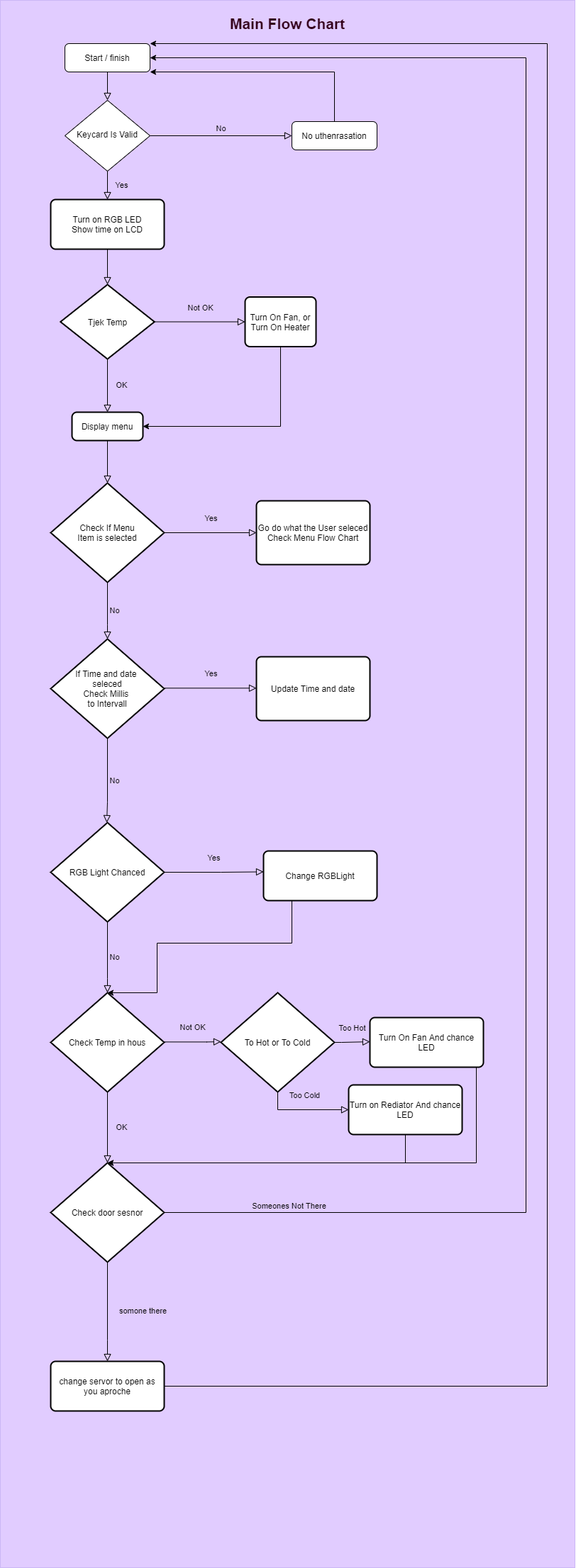
peterhym21/DetIntelligenteHus keeps this draw.io diagram as Det_intilligente_Hus.png. Above is the earlier version. Source tidied: cells renumbered, new cells last; positions are measured from the earlier drawing's top-left corner, leaving out a move shared by most shapes.
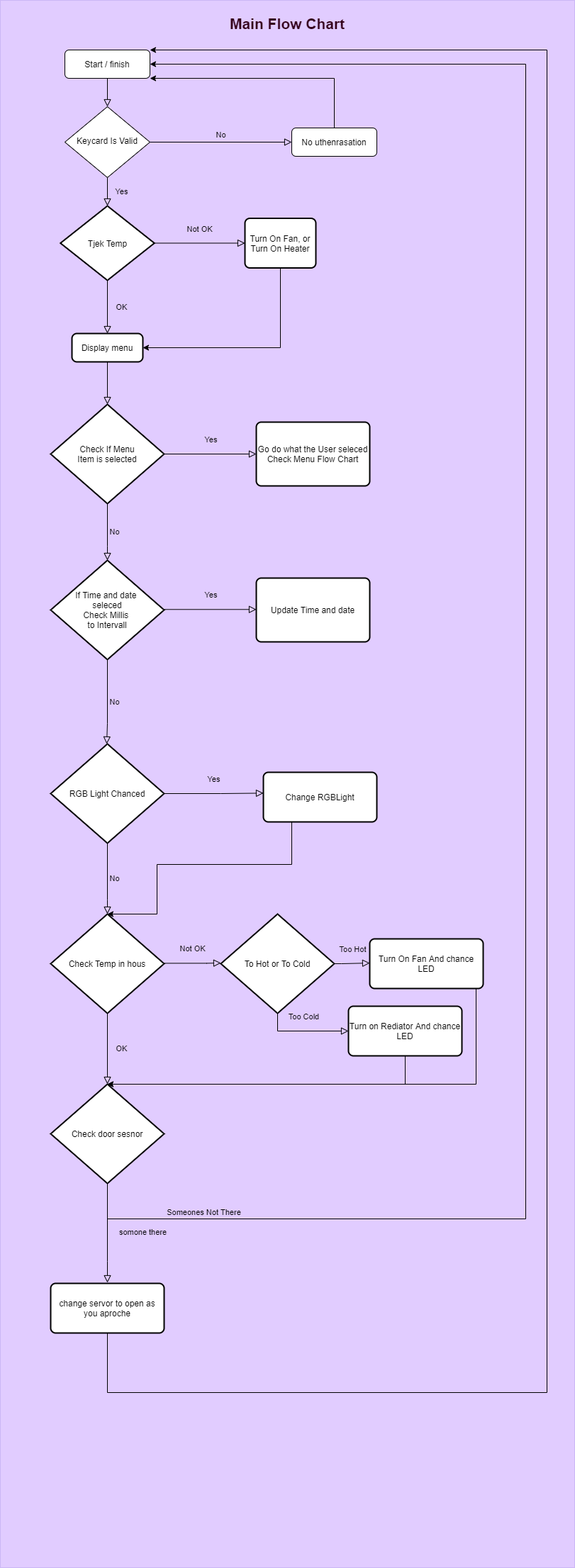
Above is the later version.

Change to the diagram source:
```diff
@@ -3,39 +3,35 @@
     <mxCell id="0" />
     <mxCell id="1" parent="0" />
     <mxCell id="2" value="&lt;h1&gt;&lt;font style=&quot;font-size: 21px&quot; color=&quot;#33001a&quot;&gt;Main Flow Chart&lt;/font&gt;&lt;/h1&gt;&lt;div&gt;&lt;font style=&quot;font-size: 21px&quot; color=&quot;#33001a&quot;&gt;&lt;br&gt;&lt;/font&gt;&lt;/div&gt;&lt;div&gt;&lt;font style=&quot;font-size: 21px&quot; color=&quot;#33001a&quot;&gt;&lt;br&gt;&lt;/font&gt;&lt;/div&gt;&lt;div&gt;&lt;font style=&quot;font-size: 21px&quot; color=&quot;#33001a&quot;&gt;&lt;br&gt;&lt;/font&gt;&lt;/div&gt;&lt;div&gt;&lt;font style=&quot;font-size: 21px&quot; color=&quot;#33001a&quot;&gt;&lt;br&gt;&lt;/font&gt;&lt;/div&gt;&lt;div&gt;&lt;font style=&quot;font-size: 21px&quot; color=&quot;#33001a&quot;&gt;&lt;br&gt;&lt;/font&gt;&lt;/div&gt;&lt;div&gt;&lt;font style=&quot;font-size: 21px&quot; color=&quot;#33001a&quot;&gt;&lt;br&gt;&lt;/font&gt;&lt;/div&gt;&lt;div&gt;&lt;font style=&quot;font-size: 21px&quot; color=&quot;#33001a&quot;&gt;&lt;br&gt;&lt;/font&gt;&lt;/div&gt;&lt;div&gt;&lt;font style=&quot;font-size: 21px&quot; color=&quot;#33001a&quot;&gt;&lt;br&gt;&lt;/font&gt;&lt;/div&gt;&lt;div&gt;&lt;font style=&quot;font-size: 21px&quot; color=&quot;#33001a&quot;&gt;&lt;br&gt;&lt;/font&gt;&lt;/div&gt;&lt;div&gt;&lt;font style=&quot;font-size: 21px&quot; color=&quot;#33001a&quot;&gt;&lt;br&gt;&lt;/font&gt;&lt;/div&gt;&lt;div&gt;&lt;font style=&quot;font-size: 21px&quot; color=&quot;#33001a&quot;&gt;&lt;br&gt;&lt;/font&gt;&lt;/div&gt;&lt;div&gt;&lt;font style=&quot;font-size: 21px&quot; color=&quot;#33001a&quot;&gt;&lt;br&gt;&lt;/font&gt;&lt;/div&gt;&lt;div&gt;&lt;font style=&quot;font-size: 21px&quot; color=&quot;#33001a&quot;&gt;&lt;br&gt;&lt;/font&gt;&lt;/div&gt;&lt;div&gt;&lt;font style=&quot;font-size: 21px&quot; color=&quot;#33001a&quot;&gt;&lt;br&gt;&lt;/font&gt;&lt;/div&gt;&lt;div&gt;&lt;font style=&quot;font-size: 21px&quot; color=&quot;#33001a&quot;&gt;&lt;br&gt;&lt;/font&gt;&lt;/div&gt;&lt;div&gt;&lt;font style=&quot;font-size: 21px&quot; color=&quot;#33001a&quot;&gt;&lt;br&gt;&lt;/font&gt;&lt;/div&gt;&lt;div&gt;&lt;font style=&quot;font-size: 21px&quot; color=&quot;#33001a&quot;&gt;&lt;br&gt;&lt;/font&gt;&lt;/div&gt;&lt;div&gt;&lt;font style=&quot;font-size: 21px&quot; color=&quot;#33001a&quot;&gt;&lt;br&gt;&lt;/font&gt;&lt;/div&gt;&lt;div&gt;&lt;font style=&quot;font-size: 21px&quot; color=&quot;#33001a&quot;&gt;&lt;br&gt;&lt;/font&gt;&lt;/div&gt;&lt;div&gt;&lt;font style=&quot;font-size: 21px&quot; color=&quot;#33001a&quot;&gt;&lt;br&gt;&lt;/font&gt;&lt;/div&gt;&lt;div&gt;&lt;font style=&quot;font-size: 21px&quot; color=&quot;#33001a&quot;&gt;&lt;br&gt;&lt;/font&gt;&lt;/div&gt;&lt;div&gt;&lt;font style=&quot;font-size: 21px&quot; color=&quot;#33001a&quot;&gt;&lt;br&gt;&lt;/font&gt;&lt;/div&gt;&lt;div&gt;&lt;font style=&quot;font-size: 21px&quot; color=&quot;#33001a&quot;&gt;&lt;br&gt;&lt;/font&gt;&lt;/div&gt;&lt;div&gt;&lt;font style=&quot;font-size: 21px&quot; color=&quot;#33001a&quot;&gt;&lt;br&gt;&lt;/font&gt;&lt;/div&gt;&lt;div&gt;&lt;font style=&quot;font-size: 21px&quot; color=&quot;#33001a&quot;&gt;&lt;br&gt;&lt;/font&gt;&lt;/div&gt;&lt;div&gt;&lt;font style=&quot;font-size: 21px&quot; color=&quot;#33001a&quot;&gt;&lt;br&gt;&lt;/font&gt;&lt;/div&gt;&lt;div&gt;&lt;font style=&quot;font-size: 21px&quot; color=&quot;#33001a&quot;&gt;&lt;br&gt;&lt;/font&gt;&lt;/div&gt;&lt;div&gt;&lt;font style=&quot;font-size: 21px&quot; color=&quot;#33001a&quot;&gt;&lt;br&gt;&lt;/font&gt;&lt;/div&gt;&lt;div&gt;&lt;font style=&quot;font-size: 21px&quot; color=&quot;#33001a&quot;&gt;&lt;br&gt;&lt;/font&gt;&lt;/div&gt;&lt;div&gt;&lt;font style=&quot;font-size: 21px&quot; color=&quot;#33001a&quot;&gt;&lt;br&gt;&lt;/font&gt;&lt;/div&gt;&lt;div&gt;&lt;font style=&quot;font-size: 21px&quot; color=&quot;#33001a&quot;&gt;&lt;br&gt;&lt;/font&gt;&lt;/div&gt;&lt;div&gt;&lt;font style=&quot;font-size: 21px&quot; color=&quot;#33001a&quot;&gt;&lt;br&gt;&lt;/font&gt;&lt;/div&gt;&lt;div&gt;&lt;font style=&quot;font-size: 21px&quot; color=&quot;#33001a&quot;&gt;&lt;br&gt;&lt;/font&gt;&lt;/div&gt;&lt;div&gt;&lt;font style=&quot;font-size: 21px&quot; color=&quot;#33001a&quot;&gt;&lt;br&gt;&lt;/font&gt;&lt;/div&gt;&lt;div&gt;&lt;font style=&quot;font-size: 21px&quot; color=&quot;#33001a&quot;&gt;&lt;br&gt;&lt;/font&gt;&lt;/div&gt;&lt;div&gt;&lt;font style=&quot;font-size: 21px&quot; color=&quot;#33001a&quot;&gt;&lt;br&gt;&lt;/font&gt;&lt;/div&gt;&lt;div&gt;&lt;font style=&quot;font-size: 21px&quot; color=&quot;#33001a&quot;&gt;&lt;br&gt;&lt;/font&gt;&lt;/div&gt;&lt;div&gt;&lt;font style=&quot;font-size: 21px&quot; color=&quot;#33001a&quot;&gt;&lt;br&gt;&lt;/font&gt;&lt;/div&gt;&lt;div&gt;&lt;font style=&quot;font-size: 21px&quot; color=&quot;#33001a&quot;&gt;&lt;br&gt;&lt;/font&gt;&lt;/div&gt;&lt;div&gt;&lt;font style=&quot;font-size: 21px&quot; color=&quot;#33001a&quot;&gt;&lt;br&gt;&lt;/font&gt;&lt;/div&gt;&lt;div&gt;&lt;br&gt;&lt;/div&gt;&lt;div&gt;&lt;br&gt;&lt;/div&gt;&lt;div&gt;&lt;br&gt;&lt;/div&gt;&lt;div&gt;&lt;br&gt;&lt;/div&gt;&lt;div&gt;&lt;br&gt;&lt;/div&gt;&lt;div&gt;&lt;br&gt;&lt;/div&gt;&lt;div&gt;&lt;br&gt;&lt;/div&gt;&lt;div&gt;&lt;br&gt;&lt;/div&gt;&lt;div&gt;&lt;br&gt;&lt;/div&gt;&lt;div&gt;&lt;br&gt;&lt;/div&gt;&lt;div&gt;&lt;br&gt;&lt;/div&gt;&lt;div&gt;&lt;br&gt;&lt;/div&gt;&lt;div&gt;&lt;br&gt;&lt;/div&gt;&lt;div&gt;&lt;br&gt;&lt;/div&gt;&lt;div&gt;&lt;br&gt;&lt;/div&gt;&lt;div&gt;&lt;br&gt;&lt;/div&gt;&lt;div&gt;&lt;br&gt;&lt;/div&gt;&lt;div&gt;&lt;br&gt;&lt;/div&gt;&lt;div&gt;&lt;br&gt;&lt;/div&gt;&lt;div&gt;&lt;br&gt;&lt;/div&gt;&lt;div&gt;&lt;br&gt;&lt;/div&gt;&lt;div&gt;&lt;br&gt;&lt;/div&gt;&lt;div&gt;&lt;br&gt;&lt;/div&gt;&lt;div&gt;&lt;br&gt;&lt;/div&gt;&lt;div&gt;&lt;br&gt;&lt;/div&gt;&lt;div&gt;&lt;br&gt;&lt;/div&gt;&lt;div&gt;&lt;br&gt;&lt;/div&gt;&lt;div&gt;&lt;br&gt;&lt;/div&gt;&lt;div&gt;&lt;br&gt;&lt;/div&gt;&lt;div&gt;&lt;br&gt;&lt;/div&gt;&lt;div&gt;&lt;br&gt;&lt;/div&gt;&lt;div&gt;&lt;br&gt;&lt;/div&gt;&lt;div&gt;&lt;br&gt;&lt;/div&gt;&lt;div&gt;&lt;br&gt;&lt;/div&gt;&lt;div&gt;&lt;br&gt;&lt;/div&gt;&lt;div&gt;&lt;br&gt;&lt;/div&gt;&lt;div&gt;&lt;br&gt;&lt;/div&gt;&lt;div&gt;&lt;br&gt;&lt;/div&gt;&lt;div&gt;&lt;br&gt;&lt;/div&gt;&lt;div&gt;&lt;br&gt;&lt;/div&gt;&lt;div&gt;&lt;br&gt;&lt;/div&gt;&lt;div&gt;&lt;br&gt;&lt;/div&gt;&lt;div&gt;&lt;br&gt;&lt;/div&gt;&lt;div&gt;&lt;br&gt;&lt;/div&gt;&lt;div&gt;&lt;br&gt;&lt;/div&gt;&lt;div&gt;&lt;br&gt;&lt;/div&gt;&lt;div&gt;&lt;br&gt;&lt;/div&gt;&lt;div&gt;&lt;br&gt;&lt;/div&gt;&lt;div&gt;&lt;br&gt;&lt;/div&gt;&lt;div&gt;&lt;br&gt;&lt;/div&gt;&lt;div&gt;&lt;br&gt;&lt;/div&gt;&lt;div&gt;&lt;br&gt;&lt;/div&gt;&lt;div&gt;&lt;br&gt;&lt;/div&gt;&lt;div&gt;&lt;br&gt;&lt;/div&gt;&lt;div&gt;&lt;br&gt;&lt;/div&gt;&lt;div&gt;&lt;br&gt;&lt;/div&gt;&lt;div&gt;&lt;br&gt;&lt;/div&gt;&lt;div&gt;&lt;br&gt;&lt;/div&gt;&lt;div&gt;&lt;br&gt;&lt;/div&gt;&lt;div&gt;&lt;br&gt;&lt;/div&gt;&lt;div&gt;&lt;br&gt;&lt;/div&gt;&lt;div&gt;&lt;br&gt;&lt;/div&gt;&lt;div&gt;&lt;br&gt;&lt;/div&gt;&lt;div&gt;&lt;br&gt;&lt;/div&gt;&lt;div&gt;&lt;br&gt;&lt;/div&gt;&lt;div&gt;&lt;br&gt;&lt;/div&gt;&lt;div&gt;&lt;br&gt;&lt;/div&gt;&lt;div&gt;&lt;br&gt;&lt;/div&gt;&lt;div&gt;&lt;br&gt;&lt;/div&gt;&lt;div&gt;&lt;br&gt;&lt;/div&gt;&lt;div&gt;&lt;br&gt;&lt;/div&gt;&lt;div&gt;&lt;br&gt;&lt;/div&gt;&lt;div&gt;&lt;br&gt;&lt;/div&gt;&lt;div&gt;&lt;br&gt;&lt;/div&gt;&lt;div&gt;&lt;br&gt;&lt;/div&gt;&lt;div&gt;&lt;br&gt;&lt;/div&gt;&lt;div&gt;&lt;br&gt;&lt;/div&gt;&lt;div&gt;&lt;br&gt;&lt;/div&gt;&lt;div&gt;&lt;br&gt;&lt;/div&gt;&lt;div&gt;&lt;br&gt;&lt;/div&gt;&lt;div&gt;&lt;br&gt;&lt;/div&gt;&lt;div&gt;&lt;br&gt;&lt;/div&gt;" style="rounded=0;whiteSpace=wrap;html=1;fillColor=#6a00ff;strokeColor=#3700CC;opacity=20;fontColor=#ffffff;align=center;" parent="1" vertex="1">
-      <mxGeometry width="810" height="2211" as="geometry" />
+      <mxGeometry y="111" width="810" height="2211" as="geometry" />
     </mxCell>
     <mxCell id="3" style="rounded=0;html=1;jettySize=auto;fontSize=11;endArrow=block;endFill=0;endSize=8;strokeWidth=1;shadow=0;labelBackgroundColor=none;edgeStyle=orthogonalEdgeStyle;" parent="1" edge="1" source="4" target="7">
       <mxGeometry relative="1" as="geometry" />
     </mxCell>
     <mxCell id="4" value="Start / finish" style="rounded=1;whiteSpace=wrap;html=1;fontSize=12;glass=0;strokeWidth=1;shadow=0;" parent="1" vertex="1">
-      <mxGeometry x="91" y="61" width="120" height="40" as="geometry" />
+      <mxGeometry x="91" y="181" width="120" height="40" as="geometry" />
     </mxCell>
-    <mxCell id="5" value="Yes" style="rounded=0;html=1;jettySize=auto;fontSize=11;endArrow=block;endFill=0;endSize=8;strokeWidth=1;shadow=0;labelBackgroundColor=none;edgeStyle=orthogonalEdgeStyle;entryX=0.5;entryY=0;entryDx=0;entryDy=0;" parent="1" edge="1" source="7" target="10">
-      <mxGeometry y="20" relative="1" as="geometry" />
+    <mxCell id="5" value="Yes" style="rounded=0;html=1;jettySize=auto;fontSize=11;endArrow=block;endFill=0;endSize=8;strokeWidth=1;shadow=0;labelBackgroundColor=none;edgeStyle=orthogonalEdgeStyle;entryX=0.5;entryY=0;entryDx=0;entryDy=0;" parent="1" edge="1" source="7">
+      <mxGeometry y="20" relative="1" as="geometry">
+        <mxPoint x="151" y="401" as="targetPoint" />
+      </mxGeometry>
     </mxCell>
     <mxCell id="6" value="No" style="edgeStyle=orthogonalEdgeStyle;rounded=0;html=1;jettySize=auto;fontSize=11;endArrow=block;endFill=0;endSize=8;strokeWidth=1;shadow=0;labelBackgroundColor=none;" parent="1" edge="1" source="7" target="9">
       <mxGeometry y="10" relative="1" as="geometry" />
     </mxCell>
     <mxCell id="7" value="Keycard Is Valid" style="rhombus;whiteSpace=wrap;html=1;shadow=0;fontFamily=Helvetica;fontSize=12;align=center;strokeWidth=1;spacing=6;spacingTop=-4;" parent="1" vertex="1">
-      <mxGeometry x="91" y="141" width="120" height="100" as="geometry" />
+      <mxGeometry x="91" y="261" width="120" height="100" as="geometry" />
     </mxCell>
     <mxCell id="8" style="edgeStyle=orthogonalEdgeStyle;rounded=0;jettySize=auto;html=1;entryX=1;entryY=1;entryDx=0;entryDy=0;" parent="1" edge="1" source="9" target="4">
       <mxGeometry relative="1" as="geometry">
         <Array as="points">
-          <mxPoint x="471" y="101" />
+          <mxPoint x="471" y="221" />
         </Array>
       </mxGeometry>
     </mxCell>
     <mxCell id="9" value="No uthenrasation" style="rounded=1;whiteSpace=wrap;html=1;fontSize=12;glass=0;strokeWidth=1;shadow=0;" parent="1" vertex="1">
-      <mxGeometry x="411" y="171" width="120" height="40" as="geometry" />
+      <mxGeometry x="411" y="291" width="120" height="40" as="geometry" />
     </mxCell>
-    <mxCell id="10" value="Turn on RGB LED&lt;br&gt;Show time on LCD" style="rounded=1;whiteSpace=wrap;html=1;absoluteArcSize=1;arcSize=14;strokeWidth=2;" parent="1" vertex="1">
-      <mxGeometry x="71" y="281" width="160" height="70" as="geometry" />
-    </mxCell>
-    <mxCell id="11" style="rounded=0;html=1;jettySize=auto;fontSize=11;endArrow=block;endFill=0;endSize=8;strokeWidth=1;shadow=0;labelBackgroundColor=none;edgeStyle=orthogonalEdgeStyle;exitX=0.5;exitY=1;exitDx=0;exitDy=0;entryX=0.5;entryY=0;entryDx=0;entryDy=0;entryPerimeter=0;" parent="1" edge="1" source="10" target="12">
-      <mxGeometry relative="1" as="geometry" />
-    </mxCell>
     <mxCell id="12" value="Tjek Temp" style="strokeWidth=2;html=1;shape=mxgraph.flowchart.decision;whiteSpace=wrap;" parent="1" vertex="1">
       <mxGeometry x="84.8" y="401" width="132.5" height="105" as="geometry" />
     </mxCell>
@@ -168,8 +164,8 @@
     <mxCell id="38" style="edgeStyle=orthogonalEdgeStyle;rounded=0;jettySize=auto;html=1;entryX=1;entryY=0.5;entryDx=0;entryDy=0;" parent="1" edge="1" source="40" target="4">
       <mxGeometry relative="1" as="geometry">
         <Array as="points">
-          <mxPoint x="741" y="1710" />
-          <mxPoint x="741" y="81" />
+          <mxPoint x="741" y="1830" />
+          <mxPoint x="741" y="201" />
         </Array>
       </mxGeometry>
     </mxCell>
@@ -193,13 +189,13 @@
     <mxCell id="42" style="edgeStyle=orthogonalEdgeStyle;rounded=0;jettySize=auto;html=1;entryX=1;entryY=0;entryDx=0;entryDy=0;" parent="1" edge="1" source="43" target="4">
       <mxGeometry relative="1" as="geometry">
         <Array as="points">
-          <mxPoint x="771" y="1955" />
-          <mxPoint x="771" y="61" />
+          <mxPoint x="771" y="2075" />
+          <mxPoint x="771" y="181" />
         </Array>
       </mxGeometry>
     </mxCell>
     <mxCell id="43" value="change servor to open as you aproche" style="rounded=1;whiteSpace=wrap;html=1;absoluteArcSize=1;arcSize=14;strokeWidth=2;" parent="1" vertex="1">
-      <mxGeometry x="71" y="1920" width="160" height="70" as="geometry" />
+      <mxGeometry x="71" y="1921" width="160" height="70" as="geometry" />
     </mxCell>
     <mxCell id="44" value="If Time and date &lt;br&gt;seleced&lt;br&gt;Check Millis &lt;br&gt;to Intervall" style="strokeWidth=2;html=1;shape=mxgraph.flowchart.decision;whiteSpace=wrap;" parent="1" vertex="1">
       <mxGeometry x="71" y="901" width="160" height="140" as="geometry" />
```
